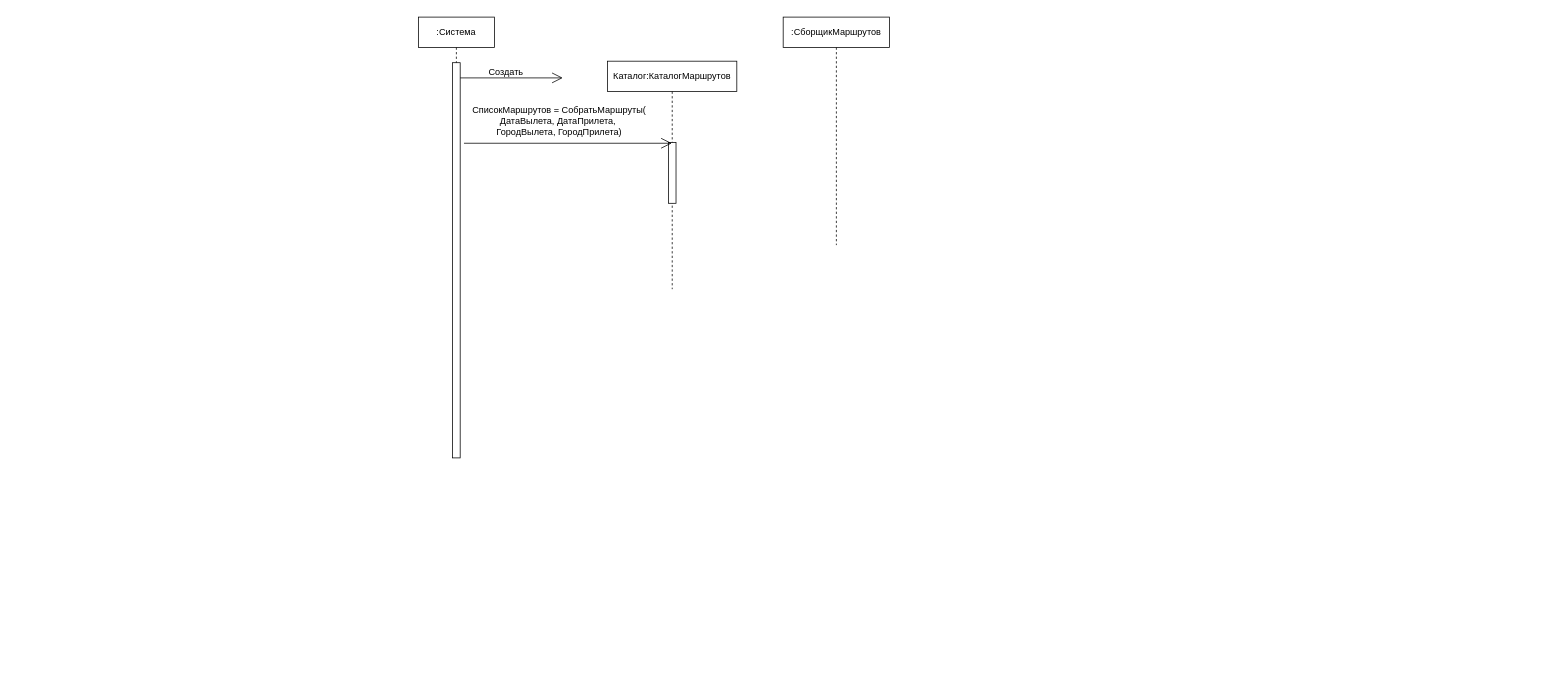
Before: Диаграмма без названия.drawio in kapa16/ClearCode, a draw.io diagram. Source tidied: cells renumbered, new cells numbered last; positions are measured from the earlier drawing's top-left corner, leaving out a move shared by most shapes. Both pictures are drawn from the tidied source at 76%, with x=0, y=0 at pixel (418, 17).
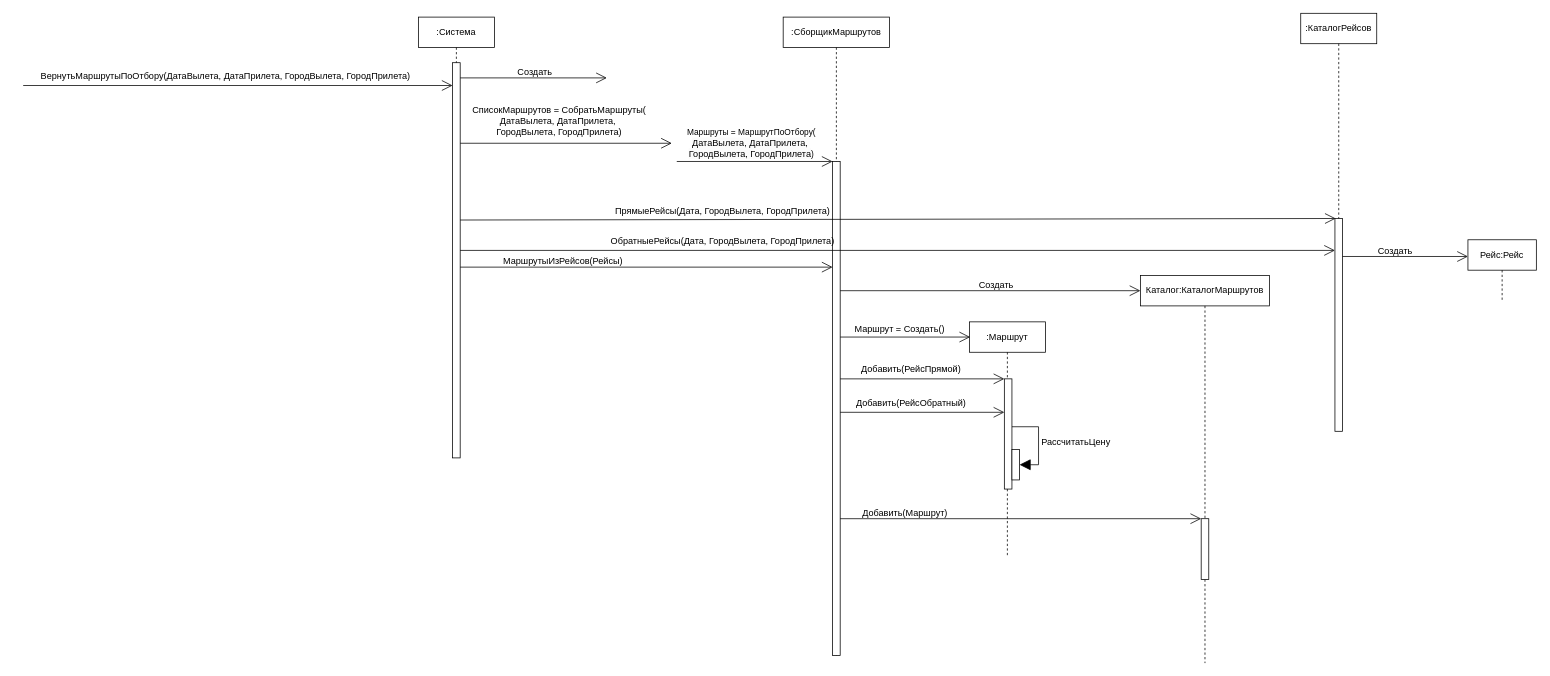
The same diagram, later.

The change refers to these unchanged cells:
```xml
<mxCell id="3" style="html=1;points=[[0,0,0,0,5],[0,1,0,0,-5],[1,0,0,0,5],[1,1,0,0,-5]];perimeter=orthogonalPerimeter;outlineConnect=0;targetShapes=umlLifeline;portConstraint=eastwest;newEdgeStyle={&quot;curved&quot;:0,&quot;rounded&quot;:0};" parent="2" vertex="1">
  <mxGeometry x="45" y="60" width="10" height="520" as="geometry" />
</mxCell>
```

Diff of the diagram source:
```diff
@@
     <mxCell id="4" value="Каталог:КаталогМаршрутов" style="shape=umlLifeline;perimeter=lifelinePerimeter;whiteSpace=wrap;html=1;newEdgeStyle={&quot;curved&quot;:0,&quot;rounded&quot;:0};" parent="1" vertex="1">
-      <mxGeometry x="249" y="58" width="170" height="300" as="geometry" />
+      <mxGeometry x="950" y="340" width="170" height="510" as="geometry" />
     </mxCell>
-    <mxCell id="5" style="html=1;points=[[0,0,0,0,5],[0,1,0,0,-5],[1,0,0,0,5],[1,1,0,0,-5]];perimeter=orthogonalPerimeter;outlineConnect=0;targetShapes=umlLifeline;portConstraint=eastwest;newEdgeStyle={&quot;curved&quot;:0,&quot;rounded&quot;:0};" parent="4" vertex="1">
-      <mxGeometry x="80" y="107" width="10" height="80" as="geometry" />
-    </mxCell>
-    <mxCell id="6" style="endArrow=open;endFill=1;endSize=12;html=1;rounded=0;" parent="1" edge="1">
+    <mxCell id="6" style="endArrow=open;endFill=1;endSize=12;html=1;rounded=0;" parent="1" edge="1" source="3">
       <mxGeometry relative="1" as="geometry">
-        <mxPoint x="55" y="80" as="sourcePoint" />
-        <mxPoint x="190" y="80" as="targetPoint" />
+        <mxPoint x="248" y="80" as="targetPoint" />
       </mxGeometry>
     </mxCell>
     <mxCell id="7" value="Создать" style="text;html=1;align=center;verticalAlign=middle;strokeColor=none;fillColor=none;" parent="1" vertex="1">
-      <mxGeometry x="80" y="58" width="70" height="30" as="geometry" />
+      <mxGeometry x="118" y="58" width="70" height="30" as="geometry" />
     </mxCell>
-    <mxCell id="8" style="endArrow=open;endFill=1;endSize=12;html=1;rounded=0;" parent="1" edge="1">
+    <mxCell id="8" style="endArrow=open;endFill=1;endSize=12;html=1;rounded=0;" parent="1" edge="1" source="3">
       <mxGeometry relative="1" as="geometry">
-        <mxPoint x="60" y="166" as="sourcePoint" />
         <mxPoint x="333.5" y="166" as="targetPoint" />
       </mxGeometry>
     </mxCell>
-    <mxCell id="9" value="СписокМаршрутов = СобратьМаршруты(&lt;div&gt;ДатаВылета, ДатаПрилета,&amp;nbsp;&lt;/div&gt;&lt;div&gt;ГородВылета, ГородПрилета)&lt;/div&gt;" style="text;html=1;align=center;verticalAlign=middle;strokeColor=none;fillColor=none;" parent="1" vertex="1">
+    <mxCell id="9" value="СписокМаршрутов = СобратьМаршруты(&#10;ДатаВылета, ДатаПрилета, &#10;ГородВылета, ГородПрилета)" style="text;html=1;align=center;verticalAlign=middle;strokeColor=none;fillColor=none;" parent="1" vertex="1">
       <mxGeometry x="60" y="107" width="250" height="60" as="geometry" />
     </mxCell>
     <mxCell id="10" value=":СборщикМаршрутов" style="shape=umlLifeline;perimeter=lifelinePerimeter;whiteSpace=wrap;html=1;newEdgeStyle={&quot;curved&quot;:0,&quot;rounded&quot;:0};" parent="1" vertex="1">
-      <mxGeometry x="480" width="140" height="300" as="geometry" />
+      <mxGeometry x="480" width="140" height="840" as="geometry" />
     </mxCell>
+    <mxCell id="11" style="html=1;points=[[0,0,0,0,5],[0,1,0,0,-5],[1,0,0,0,5],[1,1,0,0,-5]];perimeter=orthogonalPerimeter;outlineConnect=0;targetShapes=umlLifeline;portConstraint=eastwest;newEdgeStyle={&quot;curved&quot;:0,&quot;rounded&quot;:0};" parent="10" vertex="1">
+      <mxGeometry x="65" y="190" width="10" height="650" as="geometry" />
+    </mxCell>
+    <mxCell id="12" value=":КаталогРейсов" style="shape=umlLifeline;perimeter=lifelinePerimeter;whiteSpace=wrap;html=1;outlineConnect=0;portConstraint=eastwest;newEdgeStyle={&quot;curved&quot;:0,&quot;rounded&quot;:0};" parent="1" vertex="1">
+      <mxGeometry x="1161" y="-5" width="100" height="300" as="geometry" />
+    </mxCell>
+    <mxCell id="13" style="endArrow=open;endFill=1;endSize=12;html=1;rounded=0;" parent="1" edge="1" target="11">
+      <mxGeometry relative="1" as="geometry">
+        <mxPoint x="340" y="190" as="sourcePoint" />
+      </mxGeometry>
+    </mxCell>
+    <mxCell id="14" value="Маршруты = МаршрутПоОтбору(&lt;div&gt;&lt;span style=&quot;background-color: rgb(251, 251, 251); font-size: 12px;&quot;&gt;ДатаВылета, ДатаПрилета,&amp;nbsp;&lt;br&gt;&lt;/span&gt;&lt;span style=&quot;background-color: rgb(251, 251, 251); font-size: 12px;&quot;&gt;ГородВылета, ГородПрилета&lt;/span&gt;)&lt;/div&gt;" style="edgeLabel;html=1;align=center;verticalAlign=middle;" parent="13" vertex="1">
+      <mxGeometry x="-0.7" y="1" relative="1" as="geometry">
+        <mxPoint x="66" y="-24" as="offset" />
+      </mxGeometry>
+    </mxCell>
+    <mxCell id="15" value=":Маршрут" style="shape=umlLifeline;perimeter=lifelinePerimeter;whiteSpace=wrap;html=1;newEdgeStyle={&quot;curved&quot;:0,&quot;rounded&quot;:0};" parent="1" vertex="1">
+      <mxGeometry x="725" y="401" width="100" height="310" as="geometry" />
+    </mxCell>
+    <mxCell id="16" style="html=1;points=[[0,0,0,0,5],[0,1,0,0,-5],[1,0,0,0,5],[1,1,0,0,-5]];perimeter=orthogonalPerimeter;outlineConnect=0;targetShapes=umlLifeline;portConstraint=eastwest;newEdgeStyle={&quot;curved&quot;:0,&quot;rounded&quot;:0};" parent="15" vertex="1">
+      <mxGeometry x="46" y="75" width="10" height="145" as="geometry" />
+    </mxCell>
+    <mxCell id="17" value="&lt;div&gt;&lt;br&gt;&lt;/div&gt;&lt;div&gt;&lt;br&gt;&lt;/div&gt;&lt;div&gt;&lt;br&gt;&lt;/div&gt;&lt;div&gt;&lt;br&gt;&lt;/div&gt;" style="html=1;perimeter=orthogonalPerimeter;targetShapes=umlLifeline;newEdgeStyle={&quot;curved&quot;:0,&quot;rounded&quot;:0};strokeColor=default;align=center;verticalAlign=middle;fontFamily=Helvetica;fontSize=12;fontColor=default;fillColor=default;" parent="15" vertex="1">
+      <mxGeometry x="56" y="168" width="10" height="40" as="geometry" />
+    </mxCell>
+    <mxCell id="18" value="РассчитатьЦену" style="html=1;align=left;spacingLeft=2;endArrow=block;rounded=0;edgeStyle=orthogonalEdgeStyle;curved=0;rounded=0;strokeColor=default;verticalAlign=middle;fontFamily=Helvetica;fontSize=12;fontColor=default;labelBackgroundColor=default;endSize=12;" parent="15" edge="1">
+      <mxGeometry relative="1" as="geometry">
+        <mxPoint x="56" y="138" as="sourcePoint" />
+        <mxPoint x="66" y="188" as="targetPoint" />
+        <Array as="points">
+          <mxPoint x="91" y="138" />
+          <mxPoint x="91" y="188" />
+        </Array>
+      </mxGeometry>
+    </mxCell>
+    <mxCell id="19" style="endArrow=open;endFill=1;endSize=12;html=1;rounded=0;" parent="1" edge="1" source="11">
+      <mxGeometry relative="1" as="geometry">
+        <mxPoint x="726" y="421" as="targetPoint" />
+      </mxGeometry>
+    </mxCell>
+    <mxCell id="20" value="Маршрут = Создать()" style="text;html=1;align=center;verticalAlign=middle;strokeColor=none;fillColor=none;" parent="1" vertex="1">
+      <mxGeometry x="563" y="396" width="140" height="30" as="geometry" />
+    </mxCell>
+    <mxCell id="21" style="html=1;points=[[0,0,0,0,5],[0,1,0,0,-5],[1,0,0,0,5],[1,1,0,0,-5]];perimeter=orthogonalPerimeter;outlineConnect=0;targetShapes=umlLifeline;portConstraint=eastwest;newEdgeStyle={&quot;curved&quot;:0,&quot;rounded&quot;:0};" parent="1" vertex="1">
+      <mxGeometry x="1206" y="265" width="10" height="280" as="geometry" />
+    </mxCell>
+    <mxCell id="22" style="endArrow=open;endFill=1;endSize=12;html=1;rounded=0;entryX=0.46;entryY=0.9;entryDx=0;entryDy=0;entryPerimeter=0;" parent="1" edge="1" target="12">
+      <mxGeometry relative="1" as="geometry">
+        <mxPoint x="55" y="267" as="sourcePoint" />
+      </mxGeometry>
+    </mxCell>
+    <mxCell id="23" value="ПрямыеРейсы(Дата, ГородВылета, ГородПрилета)" style="text;html=1;align=center;verticalAlign=middle;strokeColor=none;fillColor=none;" parent="1" vertex="1">
+      <mxGeometry x="245" y="240" width="310" height="30" as="geometry" />
+    </mxCell>
+    <mxCell id="24" style="endArrow=open;endFill=1;endSize=12;html=1;rounded=0;" parent="1" edge="1" target="3">
+      <mxGeometry relative="1" as="geometry">
+        <mxPoint x="-520" y="90" as="sourcePoint" />
+      </mxGeometry>
+    </mxCell>
+    <mxCell id="25" value="ВернутьМаршрутыПоОтбору(ДатаВылета, ДатаПрилета,&amp;nbsp;&lt;span style=&quot;background-color: initial;&quot;&gt;ГородВылета, ГородПрилета&lt;/span&gt;&lt;span style=&quot;background-color: initial;&quot;&gt;)&lt;/span&gt;" style="text;html=1;align=center;verticalAlign=middle;strokeColor=none;fillColor=none;fontFamily=Helvetica;fontSize=12;fontColor=default;" parent="1" vertex="1">
+      <mxGeometry x="-509" y="63" width="510" height="30" as="geometry" />
+    </mxCell>
+    <mxCell id="26" style="endArrow=open;endFill=1;endSize=12;html=1;rounded=0;strokeColor=default;align=center;verticalAlign=middle;fontFamily=Helvetica;fontSize=12;fontColor=default;labelBackgroundColor=default;" parent="1" edge="1">
+      <mxGeometry relative="1" as="geometry">
+        <mxPoint x="55" y="329" as="sourcePoint" />
+        <mxPoint x="545" y="329" as="targetPoint" />
+      </mxGeometry>
+    </mxCell>
+    <mxCell id="27" value="МаршрутыИзРейсов(Рейсы)" style="text;html=1;align=center;verticalAlign=middle;strokeColor=none;fillColor=none;fontFamily=Helvetica;fontSize=12;fontColor=default;" parent="1" vertex="1">
+      <mxGeometry x="100" y="306" width="180" height="30" as="geometry" />
+    </mxCell>
+    <mxCell id="28" value="Рейс:Рейс" style="shape=umlLifeline;perimeter=lifelinePerimeter;whiteSpace=wrap;html=1;newEdgeStyle={&quot;curved&quot;:0,&quot;rounded&quot;:0};" parent="1" vertex="1">
+      <mxGeometry x="1381" y="293" width="90" height="82" as="geometry" />
+    </mxCell>
+    <mxCell id="29" style="endArrow=open;endFill=1;endSize=12;html=1;rounded=0;strokeColor=default;align=center;verticalAlign=middle;fontFamily=Helvetica;fontSize=12;fontColor=default;labelBackgroundColor=default;" parent="1" edge="1" source="21">
+      <mxGeometry relative="1" as="geometry">
+        <mxPoint x="1381" y="315" as="targetPoint" />
+      </mxGeometry>
+    </mxCell>
+    <mxCell id="30" value="Создать" style="text;html=1;align=center;verticalAlign=middle;strokeColor=none;fillColor=none;fontFamily=Helvetica;fontSize=12;fontColor=default;" parent="1" vertex="1">
+      <mxGeometry x="1250" y="293" width="70" height="30" as="geometry" />
+    </mxCell>
+    <mxCell id="31" style="endArrow=open;endFill=1;endSize=12;html=1;rounded=0;strokeColor=default;align=center;verticalAlign=middle;fontFamily=Helvetica;fontSize=12;fontColor=default;labelBackgroundColor=default;" parent="1" edge="1" target="16">
+      <mxGeometry relative="1" as="geometry">
+        <mxPoint x="555" y="476" as="sourcePoint" />
+      </mxGeometry>
+    </mxCell>
+    <mxCell id="32" value="Добавить(РейсПрямой)" style="text;html=1;align=center;verticalAlign=middle;strokeColor=none;fillColor=none;fontFamily=Helvetica;fontSize=12;fontColor=default;" parent="1" vertex="1">
+      <mxGeometry x="573" y="449" width="150" height="30" as="geometry" />
+    </mxCell>
+    <mxCell id="33" value="Добавить(РейсОбратный)" style="text;html=1;align=center;verticalAlign=middle;strokeColor=none;fillColor=none;fontFamily=Helvetica;fontSize=12;fontColor=default;" parent="1" vertex="1">
+      <mxGeometry x="563" y="493" width="170" height="30" as="geometry" />
+    </mxCell>
+    <mxCell id="34" style="endArrow=open;endFill=1;endSize=12;html=1;rounded=0;strokeColor=default;align=center;verticalAlign=middle;fontFamily=Helvetica;fontSize=12;fontColor=default;labelBackgroundColor=default;" parent="1" edge="1" target="16">
+      <mxGeometry relative="1" as="geometry">
+        <mxPoint x="555" y="520" as="sourcePoint" />
+      </mxGeometry>
+    </mxCell>
+    <mxCell id="35" value="ОбратныеРейсы(Дата, ГородВылета, ГородПрилета)" style="text;html=1;align=center;verticalAlign=middle;strokeColor=none;fillColor=none;" parent="1" vertex="1">
+      <mxGeometry x="240" y="280" width="320" height="30" as="geometry" />
+    </mxCell>
+    <mxCell id="36" style="endArrow=open;endFill=1;endSize=12;html=1;rounded=0;" parent="1" edge="1" target="21">
+      <mxGeometry relative="1" as="geometry">
+        <mxPoint x="55" y="307" as="sourcePoint" />
+      </mxGeometry>
+    </mxCell>
+    <mxCell id="37" style="endArrow=open;endFill=1;endSize=12;html=1;rounded=0;strokeColor=default;align=center;verticalAlign=middle;fontFamily=Helvetica;fontSize=12;fontColor=default;labelBackgroundColor=default;" parent="1" edge="1" source="11">
+      <mxGeometry relative="1" as="geometry">
+        <mxPoint x="950" y="360" as="targetPoint" />
+      </mxGeometry>
+    </mxCell>
+    <mxCell id="38" value="Создать" style="text;html=1;align=center;verticalAlign=middle;strokeColor=none;fillColor=none;fontFamily=Helvetica;fontSize=12;fontColor=default;" parent="1" vertex="1">
+      <mxGeometry x="725" y="338" width="70" height="30" as="geometry" />
+    </mxCell>
+    <mxCell id="5" style="html=1;points=[[0,0,0,0,5],[0,1,0,0,-5],[1,0,0,0,5],[1,1,0,0,-5]];perimeter=orthogonalPerimeter;outlineConnect=0;targetShapes=umlLifeline;portConstraint=eastwest;newEdgeStyle={&quot;curved&quot;:0,&quot;rounded&quot;:0};" parent="1" vertex="1">
+      <mxGeometry x="1030" y="660" width="10" height="80" as="geometry" />
+    </mxCell>
+    <mxCell id="39" style="endArrow=open;endFill=1;endSize=12;html=1;rounded=0;strokeColor=default;align=center;verticalAlign=middle;fontFamily=Helvetica;fontSize=12;fontColor=default;labelBackgroundColor=default;" parent="1" edge="1" source="11" target="5">
+      <mxGeometry relative="1" as="geometry" />
+    </mxCell>
+    <mxCell id="40" value="Добавить(Маршрут)" style="text;html=1;align=center;verticalAlign=middle;strokeColor=none;fillColor=none;fontFamily=Helvetica;fontSize=12;fontColor=default;" parent="1" vertex="1">
+      <mxGeometry x="570" y="638" width="140" height="30" as="geometry" />
+    </mxCell>
```
